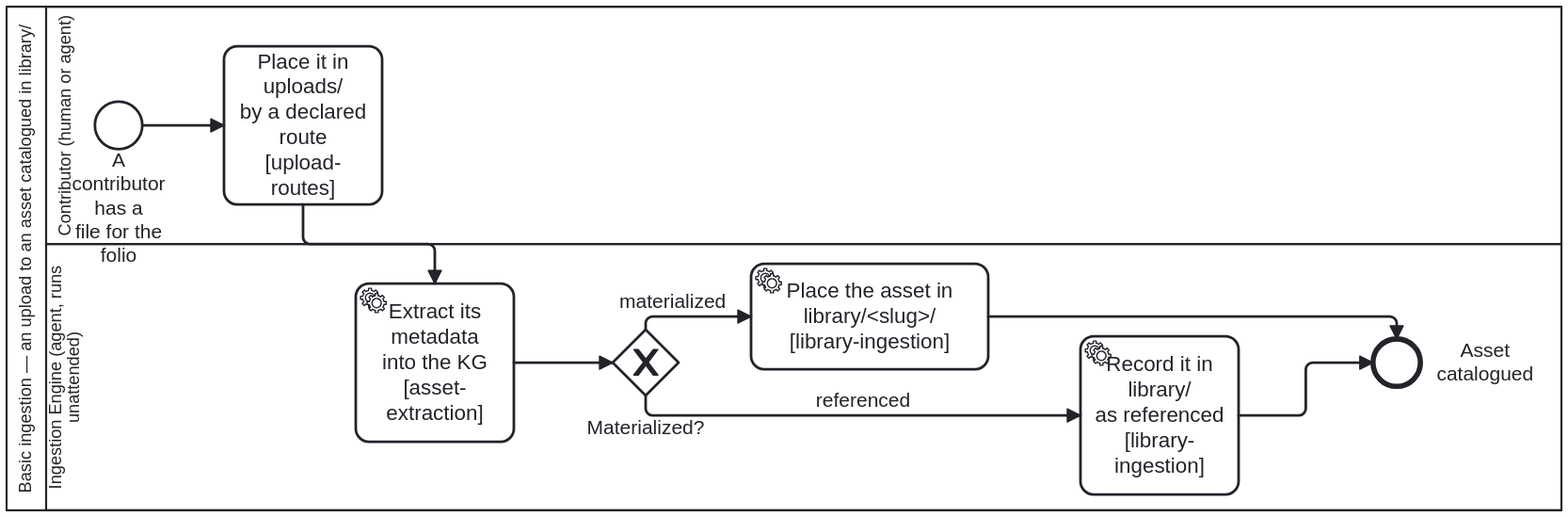
Before: docs/assets/img/workflows/document-ingestion.svg, a diagram exported from BPMN (litlfred/cat-harness). Its source is kept beside it as processes/library/document-ingestion.bpmn. Ids are renumbered.
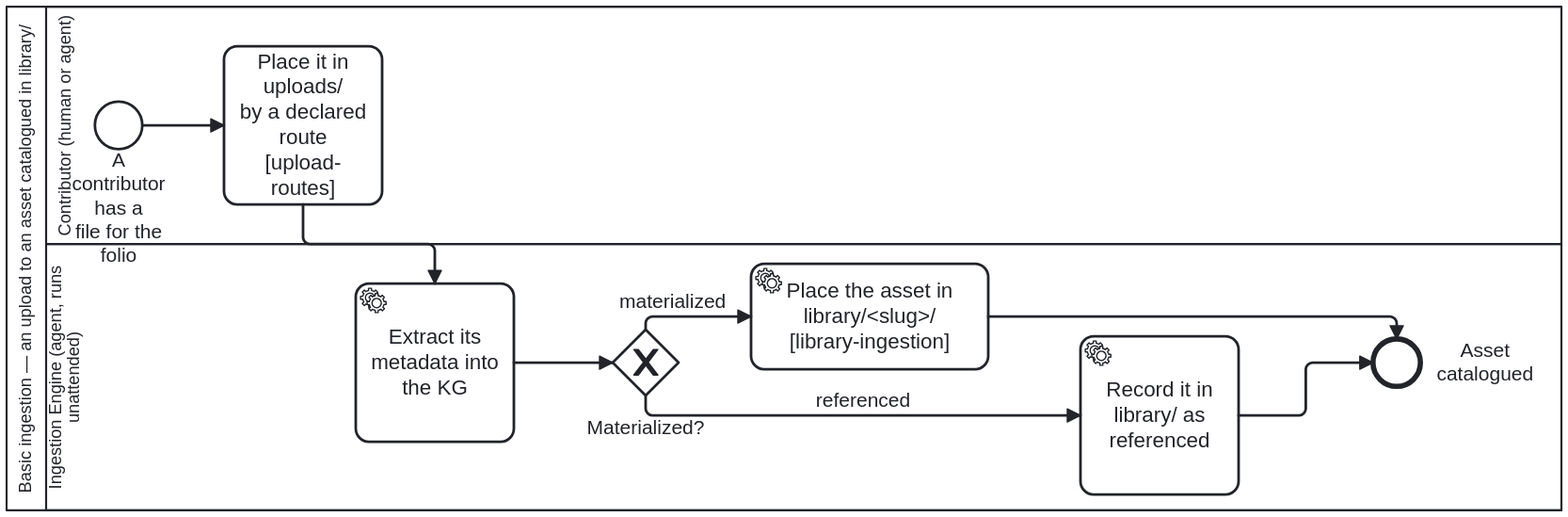
After the commit.

What changed in the source:
```diff
@@ -90,9 +90,7 @@
       <bpmn:incoming>Flow_i1</bpmn:incoming>
       <bpmn:outgoing>Flow_i2</bpmn:outgoing>
     </bpmn:task>
-    <bpmn:serviceTask id="Task_ExtractMetadata" name="Extract its metadata
-into the KG
-[asset-extraction]">
+    <bpmn:serviceTask id="Task_ExtractMetadata" name="Extract its metadata into the KG">
       <bpmn:documentation>THE METADATA STEP. What enters the knowledge graph is the asset's INDEX — what it is, how big, what type, when it says it was written — and, for a container, what is in it; its contents do not go in unless somebody asks, with a reason. Owner, 2026-09-20: "make sure you have zip ingestion skills to extract metadata of assets into KG. don't extract contents unless explict ask by user." The tool is `cat-harness-tools/scripts/extract-assets.ts`, writing a `folio-extraction/v1` record (`schemas/content/extraction.ts`, moved down to this layer in placement PR5).
 
 The media type is sniffed from the leading bytes, never taken from the extension.</bpmn:documentation>
@@ -120,9 +118,7 @@
       <bpmn:incoming>Flow_held</bpmn:incoming>
       <bpmn:outgoing>Flow_held_done</bpmn:outgoing>
     </bpmn:serviceTask>
-    <bpmn:serviceTask id="Task_CatalogueReference" name="Record it in library/
-as referenced
-[library-ingestion]">
+    <bpmn:serviceTask id="Task_CatalogueReference" name="Record it in library/ as referenced">
       <bpmn:documentation>The referenced branch. Nothing is fetched and no bytes are written: the catalogue record says where the asset is and that we hold none. A reference is not a fetch — it stays navigable without being held, and materializing it later is `materialize-remote.bpmn`'s decision, with its purpose and five gates, not this flow's.</bpmn:documentation>
       <bpmn:extensionElements>
         <bootstrap.processes:skill ref="library-ingestion" />
```
